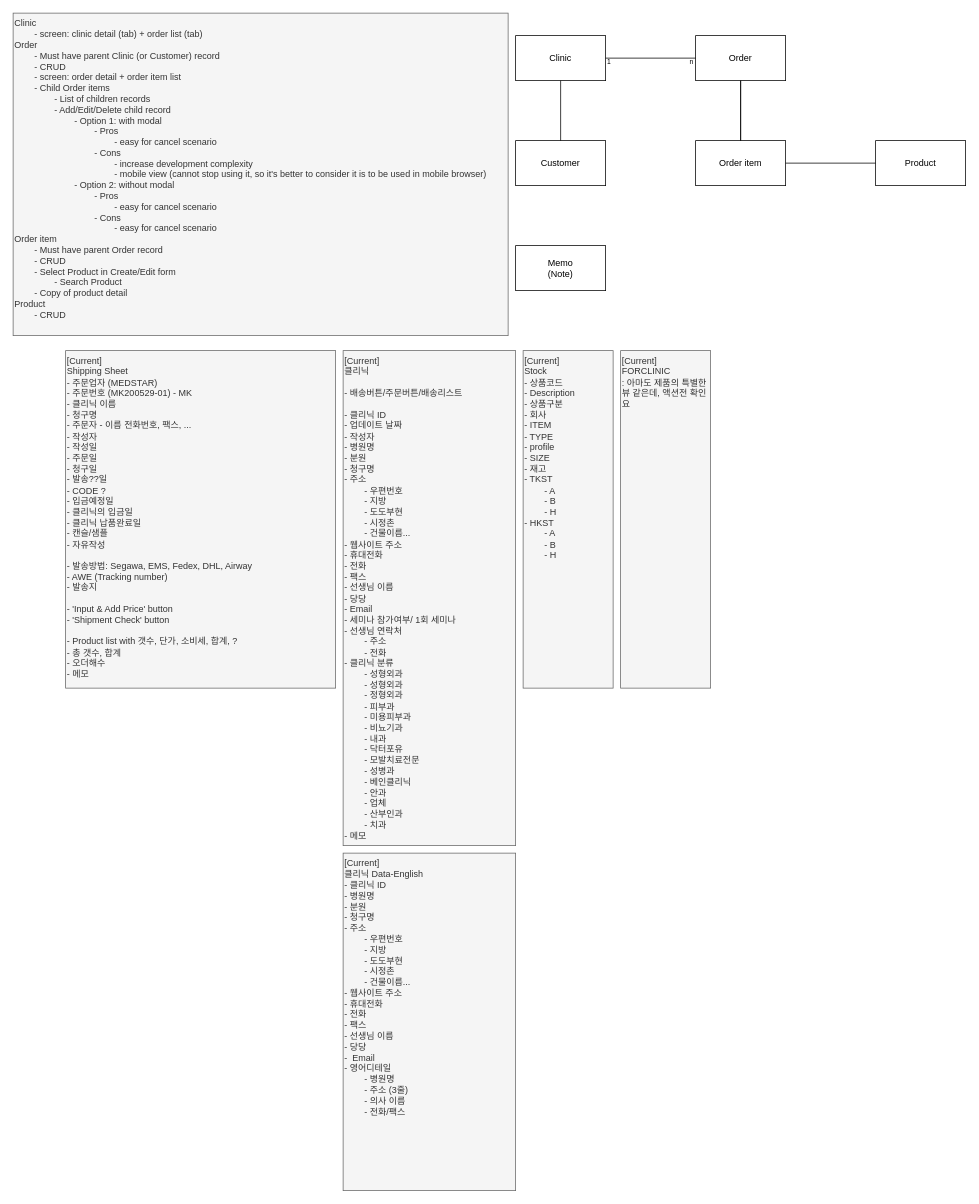
This is page "Page-6" (6 of 7) of logging/Secure implementations.drawio from danieldotskc/helloworld, a draw.io file, before an edit. Source tidied: cells renumbered, new cells numbered last; positions are measured from the earlier drawing's top-left corner, leaving out a move shared by most shapes. Both pictures are drawn from the tidied source at 75%, with x=0, y=0 at pixel (13, 13).
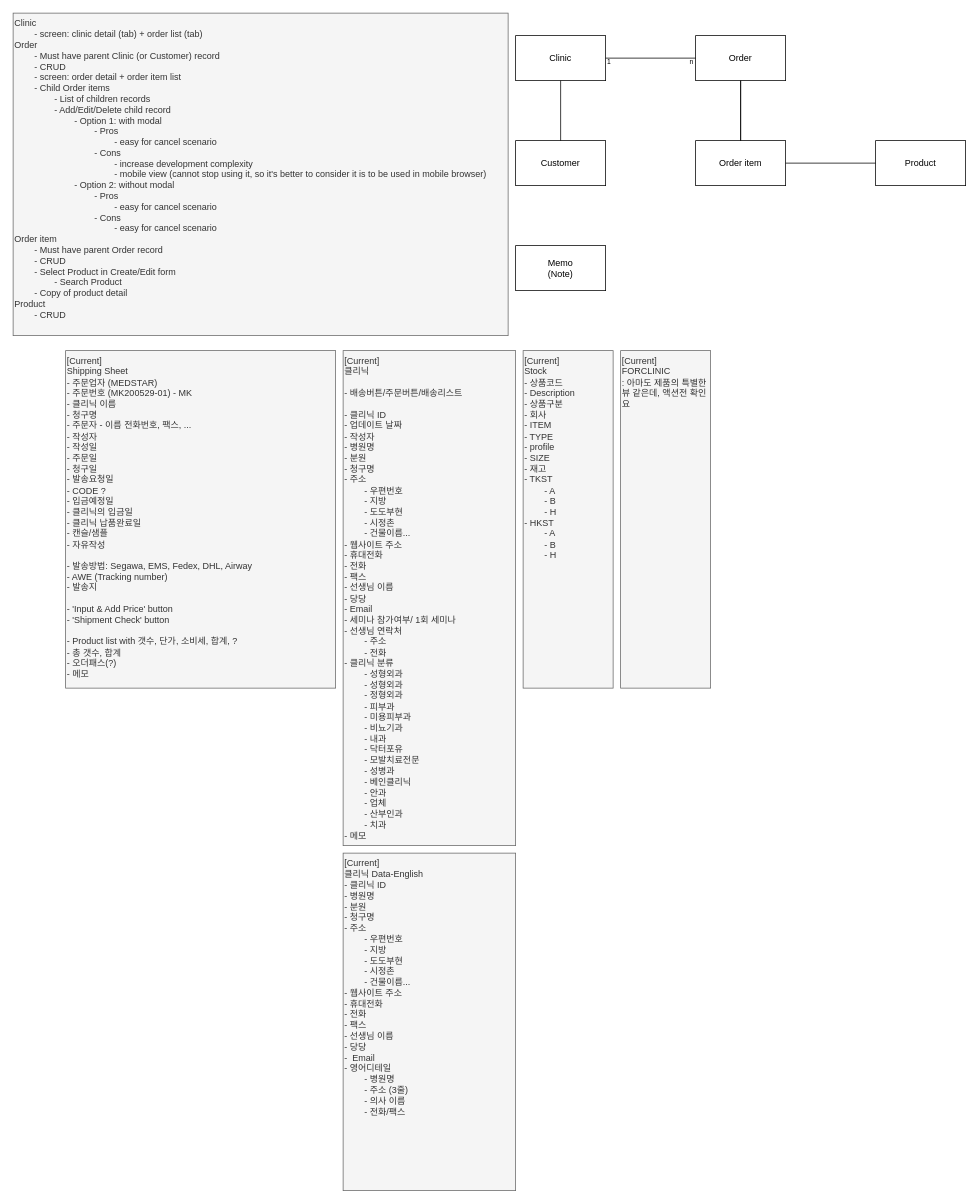
The same diagram, later.

What changed in the source:
```diff
@@
-    <mxCell id="16" value="&lt;div&gt;[Current]&lt;/div&gt;Shipping Sheet&lt;div&gt;- 주문업자 (MEDSTAR)&lt;/div&gt;&lt;div&gt;- 주문번호 (MK200529-01) - MK&lt;/div&gt;&lt;div&gt;- 클리닉 이름&lt;/div&gt;&lt;div&gt;- 청구명&amp;nbsp;&lt;/div&gt;&lt;div&gt;- 주문자 - 이름 전화번호, 팩스, ...&lt;/div&gt;&lt;div&gt;- 작성자&lt;/div&gt;&lt;div&gt;- 작성일&lt;/div&gt;&lt;div&gt;- 주문일&lt;/div&gt;&lt;div&gt;- 청구일&lt;/div&gt;&lt;div&gt;- 발송??일&lt;/div&gt;&lt;div&gt;- CODE ?&lt;/div&gt;&lt;div&gt;- 입금예정일&lt;/div&gt;&lt;div&gt;- 클리닉의 입금일&lt;/div&gt;&lt;div&gt;- 클리닉 납품완료일&lt;/div&gt;&lt;div&gt;- 캔슬/샘플&lt;/div&gt;&lt;div&gt;- 자유작성&lt;/div&gt;&lt;div&gt;&lt;br&gt;&lt;/div&gt;&lt;div&gt;- 발송방법: Segawa, EMS, Fedex, DHL, Airway&lt;/div&gt;&lt;div&gt;- AWE (Tracking number)&lt;/div&gt;&lt;div&gt;- 발송지&lt;/div&gt;&lt;div&gt;&lt;br&gt;&lt;/div&gt;&lt;div&gt;- 'Input &amp;amp; Add Price' button&lt;/div&gt;&lt;div&gt;- 'Shipment Check' button&lt;/div&gt;&lt;div&gt;&lt;br&gt;&lt;/div&gt;&lt;div&gt;- Product list with 갯수, 단가, 소비세, 합계, ?&lt;/div&gt;&lt;div&gt;- 총 갯수, 합계&lt;/div&gt;&lt;div&gt;- 오더해수&lt;/div&gt;&lt;div&gt;- 메모&lt;/div&gt;" style="text;html=1;whiteSpace=wrap;strokeColor=#666666;fillColor=#f5f5f5;align=left;verticalAlign=top;rounded=0;fontColor=#333333;" parent="1" vertex="1">
+    <mxCell id="16" value="&lt;div&gt;[Current]&lt;/div&gt;Shipping Sheet&lt;div&gt;- 주문업자 (MEDSTAR)&lt;/div&gt;&lt;div&gt;- 주문번호 (MK200529-01) - MK&lt;/div&gt;&lt;div&gt;- 클리닉 이름&lt;/div&gt;&lt;div&gt;- 청구명&amp;nbsp;&lt;/div&gt;&lt;div&gt;- 주문자 - 이름 전화번호, 팩스, ...&lt;/div&gt;&lt;div&gt;- 작성자&lt;/div&gt;&lt;div&gt;- 작성일&lt;/div&gt;&lt;div&gt;- 주문일&lt;/div&gt;&lt;div&gt;- 청구일&lt;/div&gt;&lt;div&gt;- 발송요청일&lt;/div&gt;&lt;div&gt;- CODE ?&lt;/div&gt;&lt;div&gt;- 입금예정일&lt;/div&gt;&lt;div&gt;- 클리닉의 입금일&lt;/div&gt;&lt;div&gt;- 클리닉 납품완료일&lt;/div&gt;&lt;div&gt;- 캔슬/샘플&lt;/div&gt;&lt;div&gt;- 자유작성&lt;/div&gt;&lt;div&gt;&lt;br&gt;&lt;/div&gt;&lt;div&gt;- 발송방법: Segawa, EMS, Fedex, DHL, Airway&lt;/div&gt;&lt;div&gt;- AWE (Tracking number)&lt;/div&gt;&lt;div&gt;- 발송지&lt;/div&gt;&lt;div&gt;&lt;br&gt;&lt;/div&gt;&lt;div&gt;- 'Input &amp;amp; Add Price' button&lt;/div&gt;&lt;div&gt;- 'Shipment Check' button&lt;/div&gt;&lt;div&gt;&lt;br&gt;&lt;/div&gt;&lt;div&gt;- Product list with 갯수, 단가, 소비세, 합계, ?&lt;/div&gt;&lt;div&gt;- 총 갯수, 합계&lt;/div&gt;&lt;div&gt;- 오더패스(?)&lt;/div&gt;&lt;div&gt;- 메모&lt;/div&gt;" style="text;html=1;whiteSpace=wrap;strokeColor=#666666;fillColor=#f5f5f5;align=left;verticalAlign=top;rounded=0;fontColor=#333333;" parent="1" vertex="1">
       <mxGeometry x="70" y="450" width="360" height="450" as="geometry" />
     </mxCell>
```
